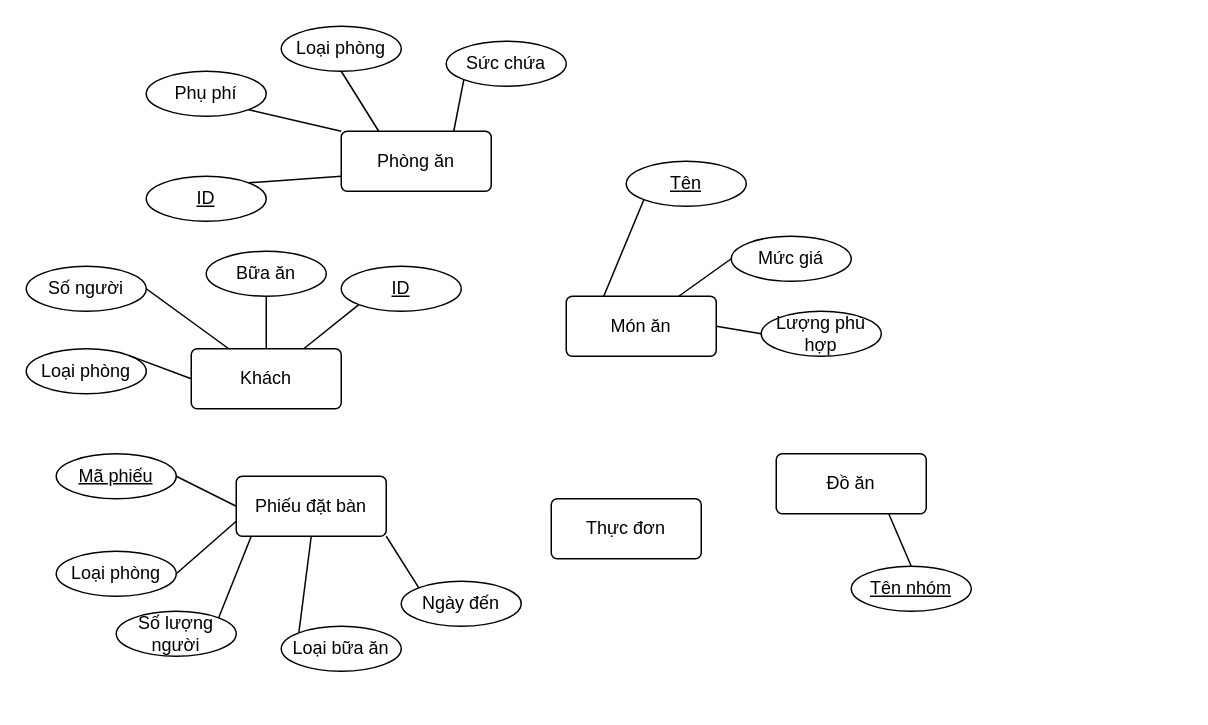
The draw.io diagram images/RESTAURANT EBOOKING.drawio in Drizzle210/hello-world, before the edit. Source tidied: cells renumbered, new cells numbered last; positions are measured from the earlier drawing's top-left corner, leaving out a move shared by most shapes. Both pictures are drawn from the tidied source at 150%, with x=0, y=0 at pixel (26, 26).
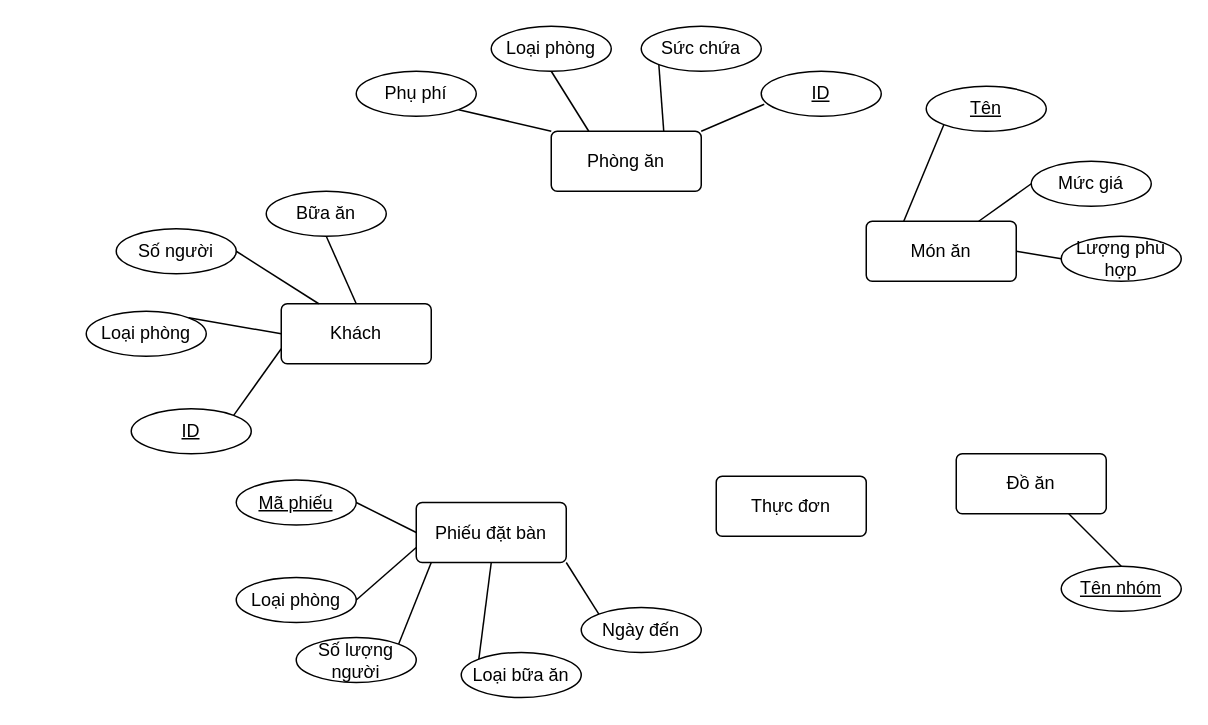
The same page after the edit.

Commit message (it also covers changes not shown here):
Cập nhật RESTAURANT EBOOKING.drawio

Change to the diagram source:
```diff
@@
     <mxCell id="2" value="Phòng ăn" style="rounded=1;arcSize=10;whiteSpace=wrap;html=1;align=center;" parent="1" vertex="1">
-      <mxGeometry x="210" y="70" width="100" height="40" as="geometry" />
+      <mxGeometry x="350" y="70" width="100" height="40" as="geometry" />
     </mxCell>
     <mxCell id="3" value="Khách" style="rounded=1;arcSize=10;whiteSpace=wrap;html=1;align=center;" parent="1" vertex="1">
-      <mxGeometry x="110" y="215" width="100" height="40" as="geometry" />
+      <mxGeometry x="170" y="185" width="100" height="40" as="geometry" />
     </mxCell>
     <mxCell id="4" value="Đồ ăn" style="rounded=1;arcSize=10;whiteSpace=wrap;html=1;align=center;" parent="1" vertex="1">
-      <mxGeometry x="500" y="285" width="100" height="40" as="geometry" />
+      <mxGeometry x="620" y="285" width="100" height="40" as="geometry" />
     </mxCell>
     <mxCell id="5" value="Món ăn" style="rounded=1;arcSize=10;whiteSpace=wrap;html=1;align=center;" parent="1" vertex="1">
-      <mxGeometry x="360" y="180" width="100" height="40" as="geometry" />
+      <mxGeometry x="560" y="130" width="100" height="40" as="geometry" />
     </mxCell>
     <mxCell id="6" value="Loại phòng" style="ellipse;whiteSpace=wrap;html=1;align=center;" parent="1" vertex="1">
-      <mxGeometry x="170" width="80" height="30" as="geometry" />
+      <mxGeometry x="310" width="80" height="30" as="geometry" />
     </mxCell>
     <mxCell id="7" value="Sức chứa" style="ellipse;whiteSpace=wrap;html=1;align=center;" parent="1" vertex="1">
-      <mxGeometry x="280" y="10" width="80" height="30" as="geometry" />
+      <mxGeometry x="410" width="80" height="30" as="geometry" />
     </mxCell>
     <mxCell id="8" value="Phụ phí" style="ellipse;whiteSpace=wrap;html=1;align=center;" parent="1" vertex="1">
-      <mxGeometry x="80" y="30" width="80" height="30" as="geometry" />
+      <mxGeometry x="220" y="30" width="80" height="30" as="geometry" />
     </mxCell>
-    <mxCell id="9" value="ID" style="ellipse;whiteSpace=wrap;html=1;align=center;fontStyle=4;" parent="1" vertex="1">
-      <mxGeometry x="80" y="100" width="80" height="30" as="geometry" />
-    </mxCell>
@@
-    <mxCell id="11" style="endArrow=none;html=1;rounded=0;exitX=1;exitY=0;exitDx=0;exitDy=0;entryX=0;entryY=0.75;entryDx=0;entryDy=0;" parent="1" edge="1" source="9" target="2">
+    <mxCell id="11" style="endArrow=none;html=1;rounded=0;exitX=1;exitY=0;exitDx=0;exitDy=0;entryX=0.025;entryY=0.733;entryDx=0;entryDy=0;entryPerimeter=0;" parent="1" edge="1" source="2" target="9">
       <mxGeometry relative="1" as="geometry" />
     </mxCell>
@@
     <mxCell id="14" value="Số người" style="ellipse;whiteSpace=wrap;html=1;align=center;" parent="1" vertex="1">
-      <mxGeometry y="160" width="80" height="30" as="geometry" />
+      <mxGeometry x="60" y="135" width="80" height="30" as="geometry" />
     </mxCell>
     <mxCell id="15" value="Loại phòng" style="ellipse;whiteSpace=wrap;html=1;align=center;" parent="1" vertex="1">
-      <mxGeometry y="215" width="80" height="30" as="geometry" />
+      <mxGeometry x="40" y="190" width="80" height="30" as="geometry" />
     </mxCell>
     <mxCell id="16" value="Bữa ăn" style="ellipse;whiteSpace=wrap;html=1;align=center;" parent="1" vertex="1">
-      <mxGeometry x="120" y="150" width="80" height="30" as="geometry" />
+      <mxGeometry x="160" y="110" width="80" height="30" as="geometry" />
     </mxCell>
@@
-    <mxCell id="20" value="&lt;u&gt;ID&lt;/u&gt;" style="ellipse;whiteSpace=wrap;html=1;align=center;" parent="1" vertex="1">
-      <mxGeometry x="210" y="160" width="80" height="30" as="geometry" />
-    </mxCell>
-    <mxCell id="21" style="endArrow=none;html=1;rounded=0;exitX=0;exitY=1;exitDx=0;exitDy=0;entryX=0.75;entryY=0;entryDx=0;entryDy=0;" parent="1" edge="1" source="20" target="3">
+    <mxCell id="21" style="endArrow=none;html=1;rounded=0;exitX=0;exitY=0.75;exitDx=0;exitDy=0;entryX=1;entryY=0;entryDx=0;entryDy=0;" parent="1" edge="1" source="3" target="20">
       <mxGeometry relative="1" as="geometry" />
     </mxCell>
     <mxCell id="22" value="Phiếu đặt bàn" style="rounded=1;arcSize=10;whiteSpace=wrap;html=1;align=center;" parent="1" vertex="1">
-      <mxGeometry x="140" y="300" width="100" height="40" as="geometry" />
+      <mxGeometry x="260" y="317.5" width="100" height="40" as="geometry" />
     </mxCell>
     <mxCell id="23" value="&lt;u&gt;Mã phiếu&lt;/u&gt;" style="ellipse;whiteSpace=wrap;html=1;align=center;" parent="1" vertex="1">
-      <mxGeometry x="20" y="285" width="80" height="30" as="geometry" />
+      <mxGeometry x="140" y="302.5" width="80" height="30" as="geometry" />
     </mxCell>
     <mxCell id="24" value="Loại phòng" style="ellipse;whiteSpace=wrap;html=1;align=center;" parent="1" vertex="1">
-      <mxGeometry x="20" y="350" width="80" height="30" as="geometry" />
+      <mxGeometry x="140" y="367.5" width="80" height="30" as="geometry" />
     </mxCell>
     <mxCell id="25" value="Số lượng người" style="ellipse;whiteSpace=wrap;html=1;align=center;" parent="1" vertex="1">
-      <mxGeometry x="60" y="390" width="80" height="30" as="geometry" />
+      <mxGeometry x="180" y="407.5" width="80" height="30" as="geometry" />
     </mxCell>
     <mxCell id="26" value="Ngày đến" style="ellipse;whiteSpace=wrap;html=1;align=center;" parent="1" vertex="1">
-      <mxGeometry x="250" y="370" width="80" height="30" as="geometry" />
+      <mxGeometry x="370" y="387.5" width="80" height="30" as="geometry" />
     </mxCell>
     <mxCell id="27" value="Loại bữa ăn" style="ellipse;whiteSpace=wrap;html=1;align=center;" parent="1" vertex="1">
-      <mxGeometry x="170" y="400" width="80" height="30" as="geometry" />
+      <mxGeometry x="290" y="417.5" width="80" height="30" as="geometry" />
     </mxCell>
@@
     <mxCell id="33" value="&lt;u&gt;Tên nhóm&lt;/u&gt;" style="ellipse;whiteSpace=wrap;html=1;align=center;" parent="1" vertex="1">
-      <mxGeometry x="550" y="360" width="80" height="30" as="geometry" />
+      <mxGeometry x="690" y="360" width="80" height="30" as="geometry" />
     </mxCell>
@@
     <mxCell id="35" value="&lt;u&gt;Tên&lt;/u&gt;" style="ellipse;whiteSpace=wrap;html=1;align=center;" parent="1" vertex="1">
-      <mxGeometry x="400" y="90" width="80" height="30" as="geometry" />
+      <mxGeometry x="600" y="40" width="80" height="30" as="geometry" />
     </mxCell>
@@
     <mxCell id="37" value="Mức giá" style="ellipse;whiteSpace=wrap;html=1;align=center;" parent="1" vertex="1">
-      <mxGeometry x="470" y="140" width="80" height="30" as="geometry" />
+      <mxGeometry x="670" y="90" width="80" height="30" as="geometry" />
     </mxCell>
     <mxCell id="38" value="Lượng phù hợp" style="ellipse;whiteSpace=wrap;html=1;align=center;" parent="1" vertex="1">
-      <mxGeometry x="490" y="190" width="80" height="30" as="geometry" />
+      <mxGeometry x="690" y="140" width="80" height="30" as="geometry" />
     </mxCell>
@@
     <mxCell id="41" value="Thực đơn" style="rounded=1;arcSize=10;whiteSpace=wrap;html=1;align=center;" parent="1" vertex="1">
-      <mxGeometry x="350" y="315" width="100" height="40" as="geometry" />
+      <mxGeometry x="460" y="300" width="100" height="40" as="geometry" />
     </mxCell>
+    <mxCell id="9" value="ID" style="ellipse;whiteSpace=wrap;html=1;align=center;fontStyle=4;" parent="1" vertex="1">
+      <mxGeometry x="490" y="30" width="80" height="30" as="geometry" />
+    </mxCell>
+    <mxCell id="20" value="&lt;u&gt;ID&lt;/u&gt;" style="ellipse;whiteSpace=wrap;html=1;align=center;" parent="1" vertex="1">
+      <mxGeometry x="70" y="255" width="80" height="30" as="geometry" />
+    </mxCell>
```
